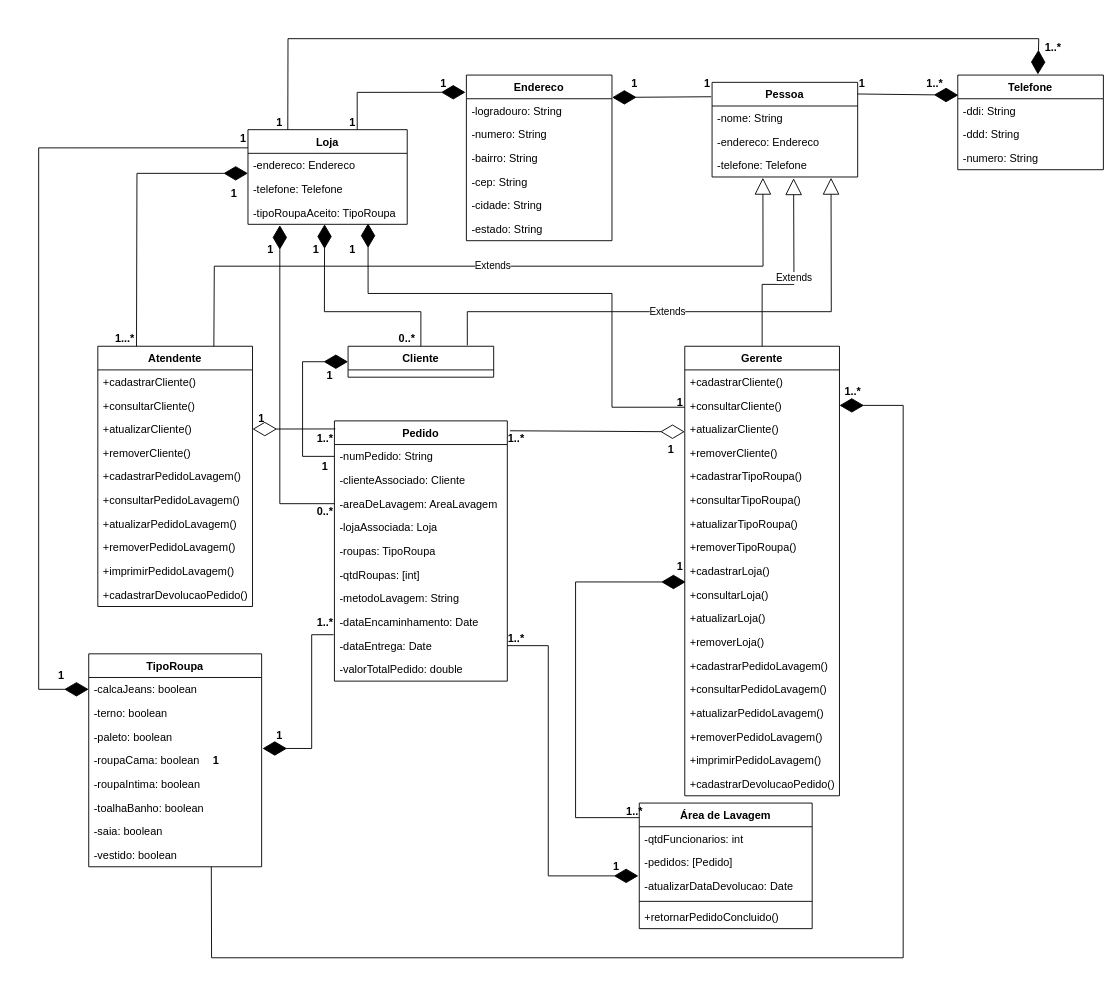
rrsouzza/poo_c3 keeps this draw.io diagram as page "Diagrama de Classe" (1 of 3) of completo.drawio. Above is the earlier version. Source tidied: cells renumbered, new cells numbered last; positions are measured from the earlier drawing's top-left corner, leaving out a move shared by most shapes. Both pictures are drawn from the tidied source at 91%, with x=0, y=0 at pixel (38, 38).
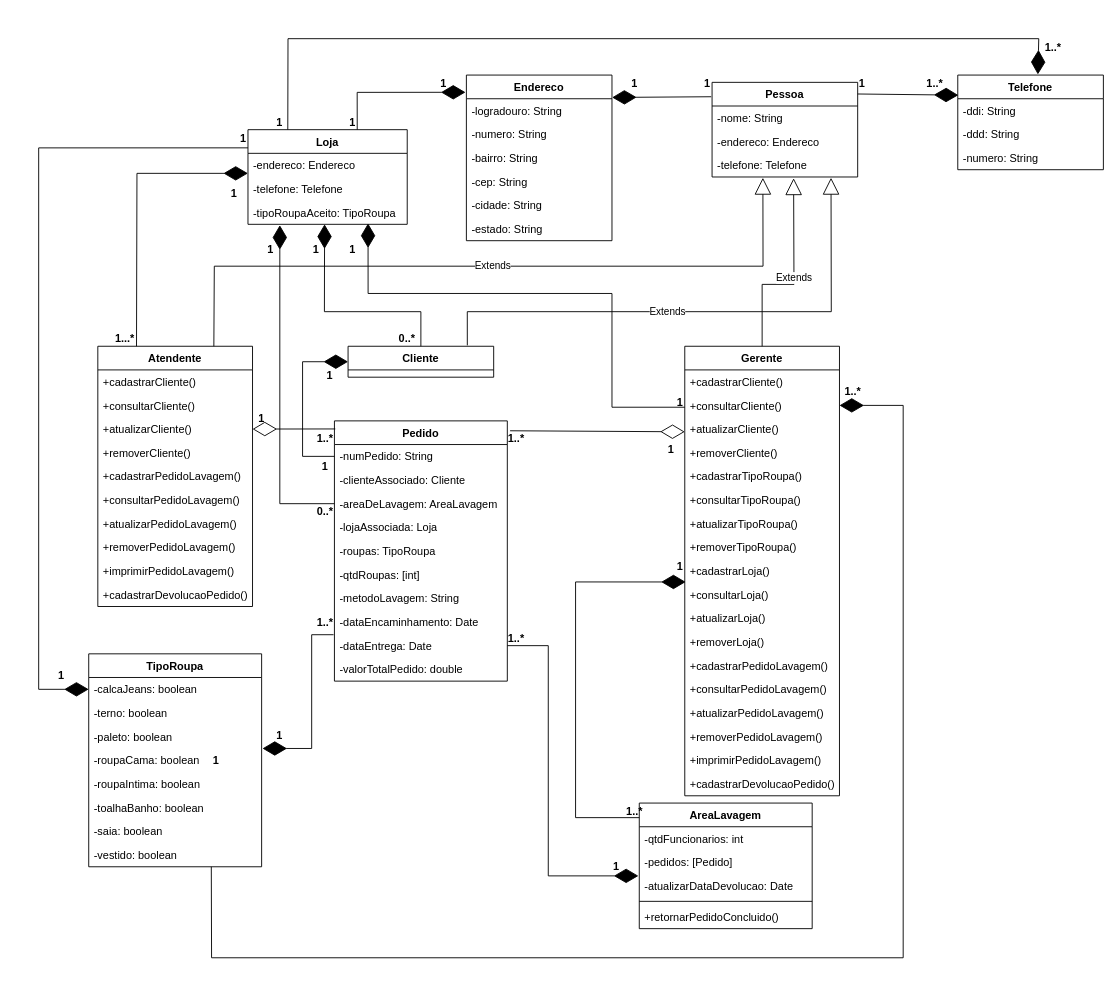
The same diagram, later.

Diff of the diagram source:
```diff
@@
-    <mxCell id="99" value="Área de Lavagem" style="swimlane;fontStyle=1;align=center;verticalAlign=top;horizontal=1;startSize=26;" parent="1" vertex="1">
+    <mxCell id="99" value="AreaLavagem" style="swimlane;fontStyle=1;align=center;verticalAlign=top;horizontal=1;startSize=26;" parent="1" vertex="1">
       <mxGeometry x="660" y="840" width="190" height="138" as="geometry" />
     </mxCell>
```
